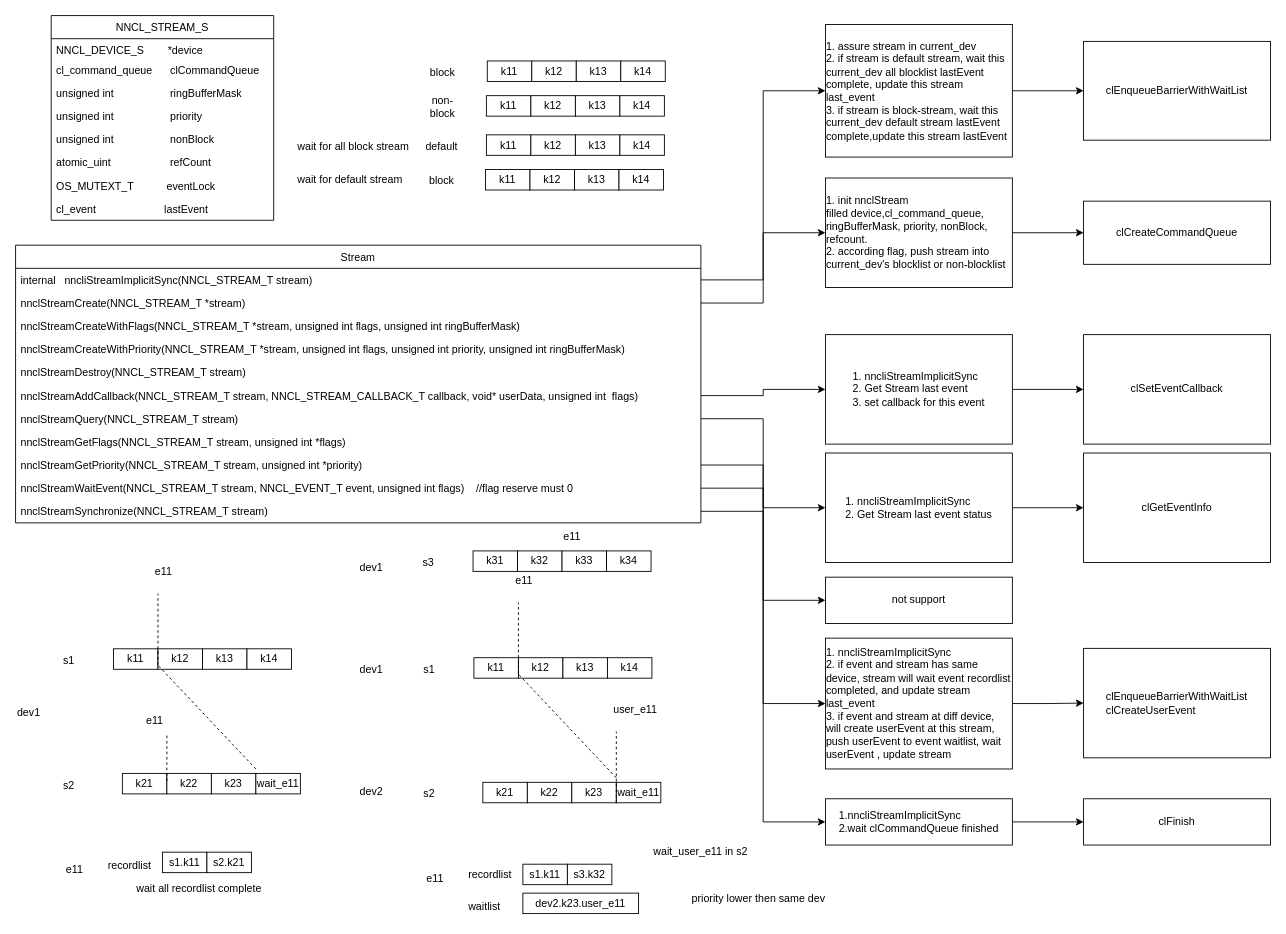
Earlier version of the draw.io diagram page "stream" (3 of 5) of streamevent.drawio (sudocloud/draw.io). Source tidied: cells renumbered, new cells numbered last; positions are measured from the earlier drawing's top-left corner, leaving out a move shared by most shapes. Both pictures are drawn from the tidied source at 89%, with x=0, y=0 at pixel (15, 15).
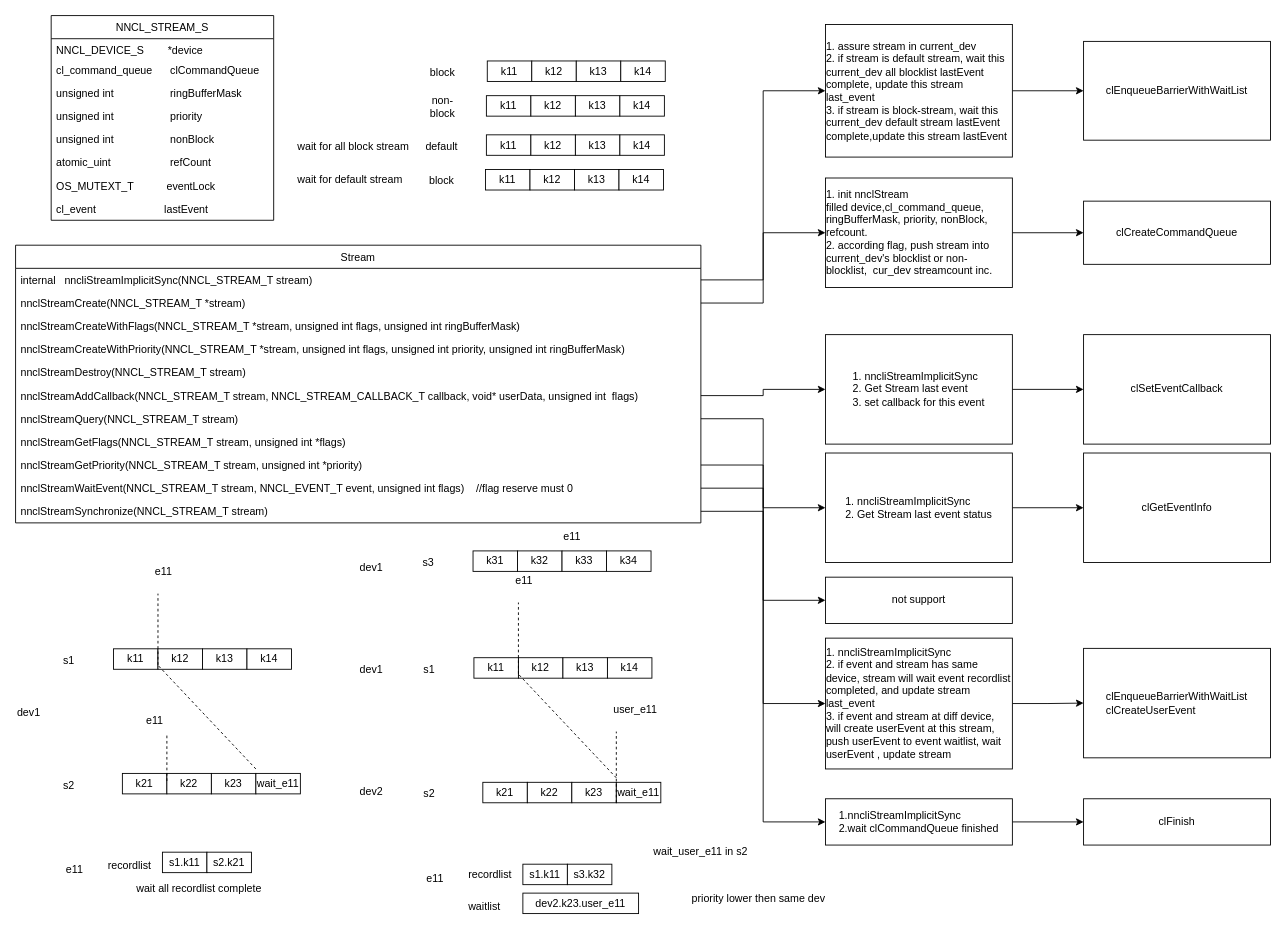
The same page after the edit.

What changed in the source:
```diff
@@
-    <mxCell id="24" value="&lt;div style=&quot;text-align: left&quot;&gt;&lt;span&gt;1. init nnclStream&lt;/span&gt;&lt;/div&gt;&lt;div style=&quot;text-align: left&quot;&gt;&lt;span&gt;filled device,cl_command_queue,&lt;/span&gt;&lt;/div&gt;&lt;div style=&quot;text-align: left&quot;&gt;&lt;span style=&quot;text-align: center&quot;&gt;ringBufferMask, priority, nonBlock, refcount.&lt;/span&gt;&lt;/div&gt;&lt;div style=&quot;text-align: left&quot;&gt;&lt;span style=&quot;text-align: center&quot;&gt;2. according flag, push stream into current_dev's blocklist or non-blocklist&lt;/span&gt;&lt;/div&gt;" style="rounded=0;whiteSpace=wrap;html=1;" parent="1" vertex="1">
+    <mxCell id="24" value="&lt;div style=&quot;text-align: left&quot;&gt;&lt;span&gt;1. init nnclStream&lt;/span&gt;&lt;/div&gt;&lt;div style=&quot;text-align: left&quot;&gt;&lt;span&gt;filled device,cl_command_queue,&lt;/span&gt;&lt;/div&gt;&lt;div style=&quot;text-align: left&quot;&gt;&lt;span style=&quot;text-align: center&quot;&gt;ringBufferMask, priority, nonBlock, refcount.&lt;/span&gt;&lt;/div&gt;&lt;div style=&quot;text-align: left&quot;&gt;&lt;span style=&quot;text-align: center&quot;&gt;2. according flag, push stream into current_dev's blocklist or non-blocklist,&amp;nbsp; cur_dev streamcount inc.&lt;/span&gt;&lt;/div&gt;" style="rounded=0;whiteSpace=wrap;html=1;" parent="1" vertex="1">
       <mxGeometry x="910" y="182.5" width="210" height="123" as="geometry" />
     </mxCell>
```
